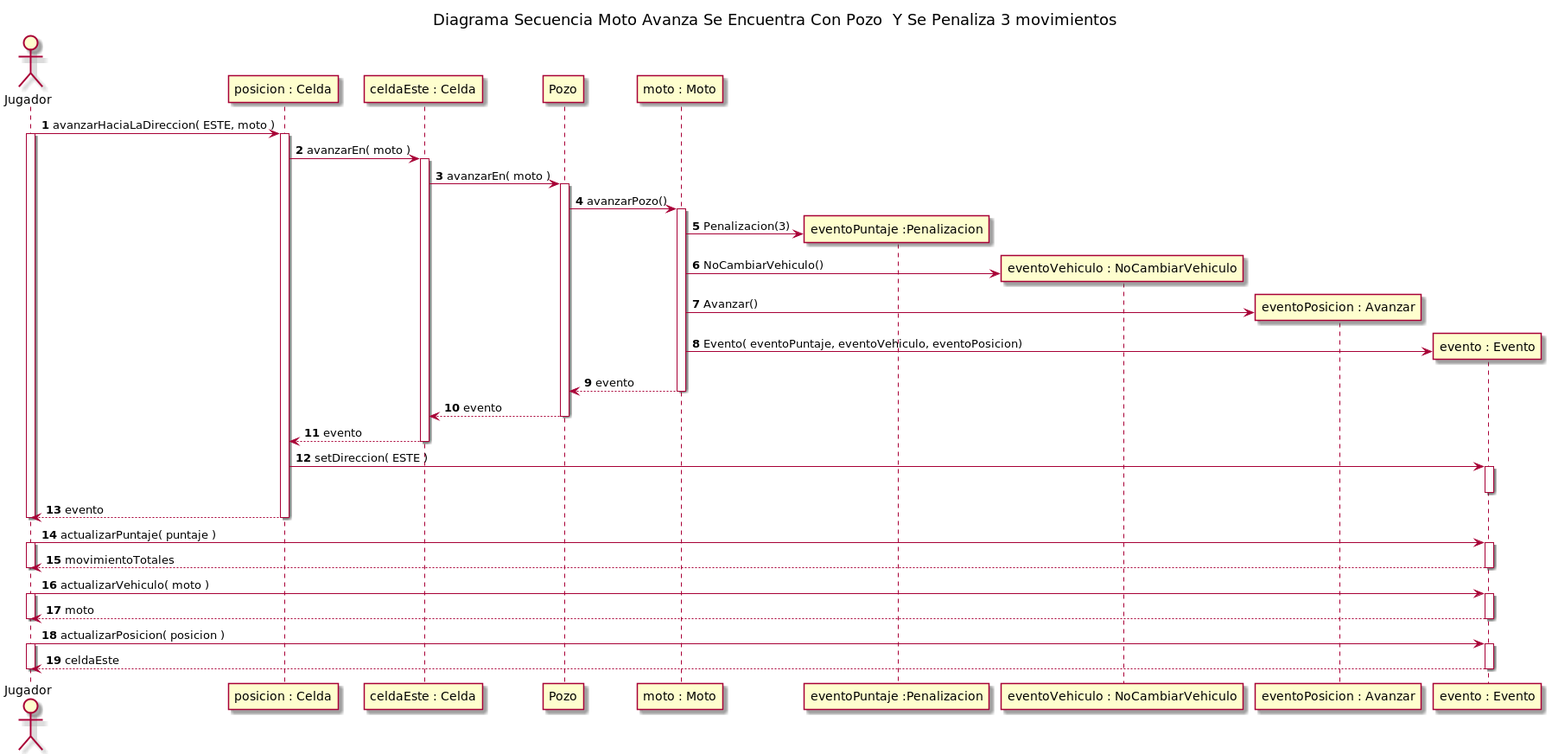
Before: diagrams/sequences/entrega1/actualizados/img/DiagramaSecuenciaCasoConPozoEnMoto.png, a diagram exported from PlantUML (rodrigovzq/algo3_tp2). The source it was exported from:
```plantuml
@startuml
title Diagrama Secuencia Moto Avanza Se Encuentra Con Pozo  Y Se Penaliza 3 movimientos

autonumber

actor Jugador

Jugador -> "posicion : Celda"++: avanzarHaciaLaDireccion( ESTE, moto )

activate Jugador
"posicion : Celda" -> "celdaEste : Celda"++: avanzarEn( moto )


"celdaEste : Celda" -> Pozo++: avanzarEn( moto )
Pozo -> "moto : Moto"++: avanzarPozo()

create "eventoPuntaje :Penalizacion"
"moto : Moto"-> "eventoPuntaje :Penalizacion": Penalizacion(3)

create "eventoVehiculo : NoCambiarVehiculo"
"moto : Moto"-> "eventoVehiculo : NoCambiarVehiculo": NoCambiarVehiculo()

create "eventoPosicion : Avanzar"
"moto : Moto"-> "eventoPosicion : Avanzar": Avanzar()

create "evento : Evento"
"moto : Moto"  -> "evento : Evento": Evento( eventoPuntaje, eventoVehiculo, eventoPosicion)


"moto : Moto" --> Pozo: evento
deactivate "moto : Moto"

Pozo --> "celdaEste : Celda": evento
deactivate Pozo


"celdaEste : Celda" --> "posicion : Celda": evento
deactivate "celdaEste : Celda"

"posicion : Celda" -> "evento : Evento"++: setDireccion( ESTE )
deactivate "evento : Evento"
"posicion : Celda" --> Jugador--: evento
deactivate Jugador

Jugador -> "evento : Evento"++: actualizarPuntaje( puntaje )
activate Jugador
Jugador <-- "evento : Evento"--: movimientoTotales
deactivate Jugador

Jugador -> "evento : Evento"++: actualizarVehiculo( moto )
activate Jugador
Jugador <-- "evento : Evento"--: moto
deactivate Jugador

Jugador -> "evento : Evento"++: actualizarPosicion( posicion )
activate Jugador
Jugador <-- "evento : Evento"--: celdaEste
deactivate Jugador

@enduml
```
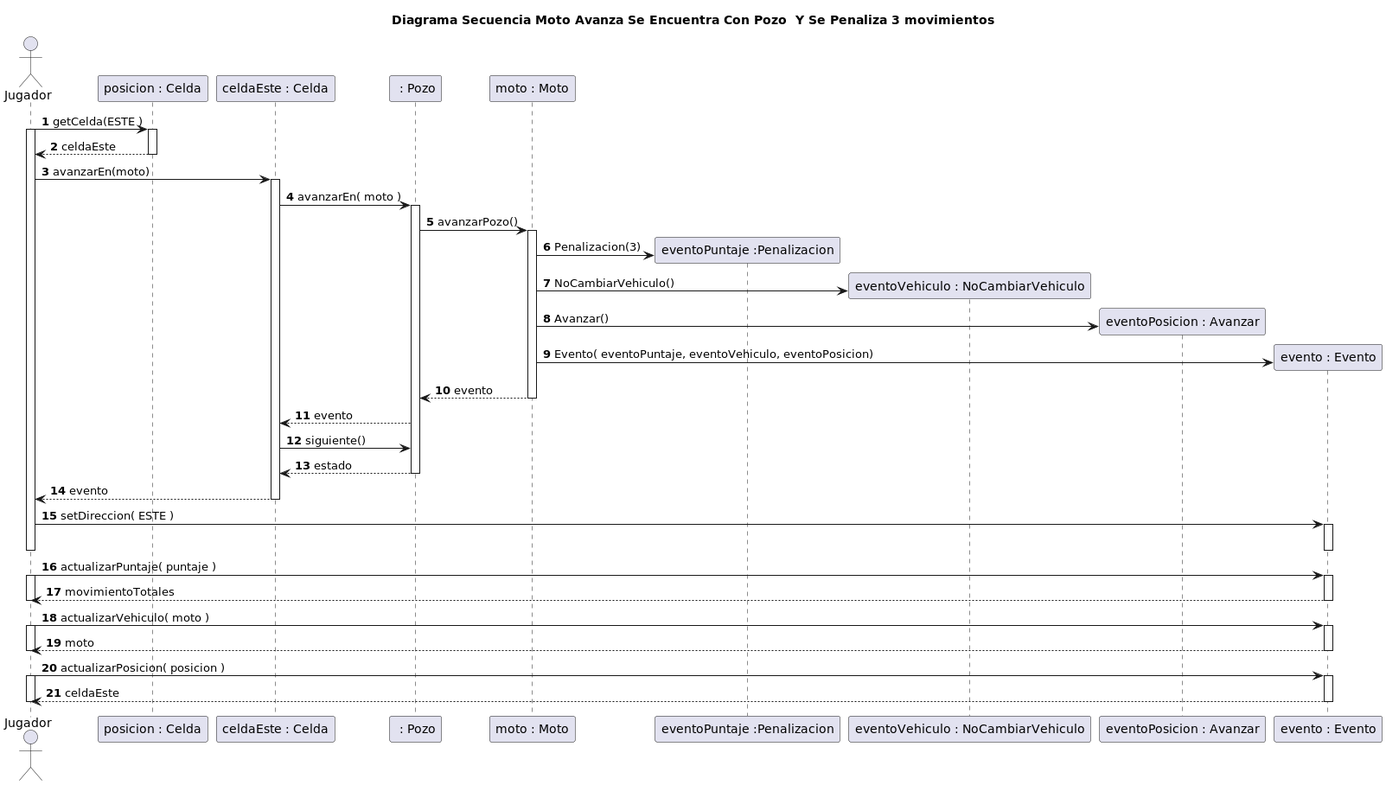
Above is the later version.

The edit, as a diff of the source:
```diff
@@ -5,14 +5,14 @@
 
 actor Jugador
 
-Jugador -> "posicion : Celda"++: avanzarHaciaLaDireccion( ESTE, moto )
+Jugador -> "posicion : Celda"++: getCelda(ESTE )
+activate Jugador
+"posicion : Celda" --> Jugador: celdaEste
+deactivate "posicion : Celda"
 
-activate Jugador
-"posicion : Celda" -> "celdaEste : Celda"++: avanzarEn( moto )
-
-
-"celdaEste : Celda" -> Pozo++: avanzarEn( moto )
-Pozo -> "moto : Moto"++: avanzarPozo()
+Jugador -> "celdaEste : Celda"++: avanzarEn(moto)
+"celdaEste : Celda" -> " : Pozo"++: avanzarEn( moto )
+" : Pozo" -> "moto : Moto"++: avanzarPozo()
 
 create "eventoPuntaje :Penalizacion"
 "moto : Moto"-> "eventoPuntaje :Penalizacion": Penalizacion(3)
@@ -27,19 +27,21 @@
 "moto : Moto"  -> "evento : Evento": Evento( eventoPuntaje, eventoVehiculo, eventoPosicion)
 
 
-"moto : Moto" --> Pozo: evento
+"moto : Moto" --> " : Pozo": evento
 deactivate "moto : Moto"
 
-Pozo --> "celdaEste : Celda": evento
-deactivate Pozo
+" : Pozo" --> "celdaEste : Celda": evento
+"celdaEste : Celda" -> " : Pozo": siguiente()
+" : Pozo" --> "celdaEste : Celda": estado
+deactivate " : Pozo"
 
 
-"celdaEste : Celda" --> "posicion : Celda": evento
+"celdaEste : Celda" --> Jugador: evento
 deactivate "celdaEste : Celda"
 
-"posicion : Celda" -> "evento : Evento"++: setDireccion( ESTE )
+Jugador -> "evento : Evento"++: setDireccion( ESTE )
 deactivate "evento : Evento"
-"posicion : Celda" --> Jugador--: evento
+
 deactivate Jugador
 
 Jugador -> "evento : Evento"++: actualizarPuntaje( puntaje )
```
